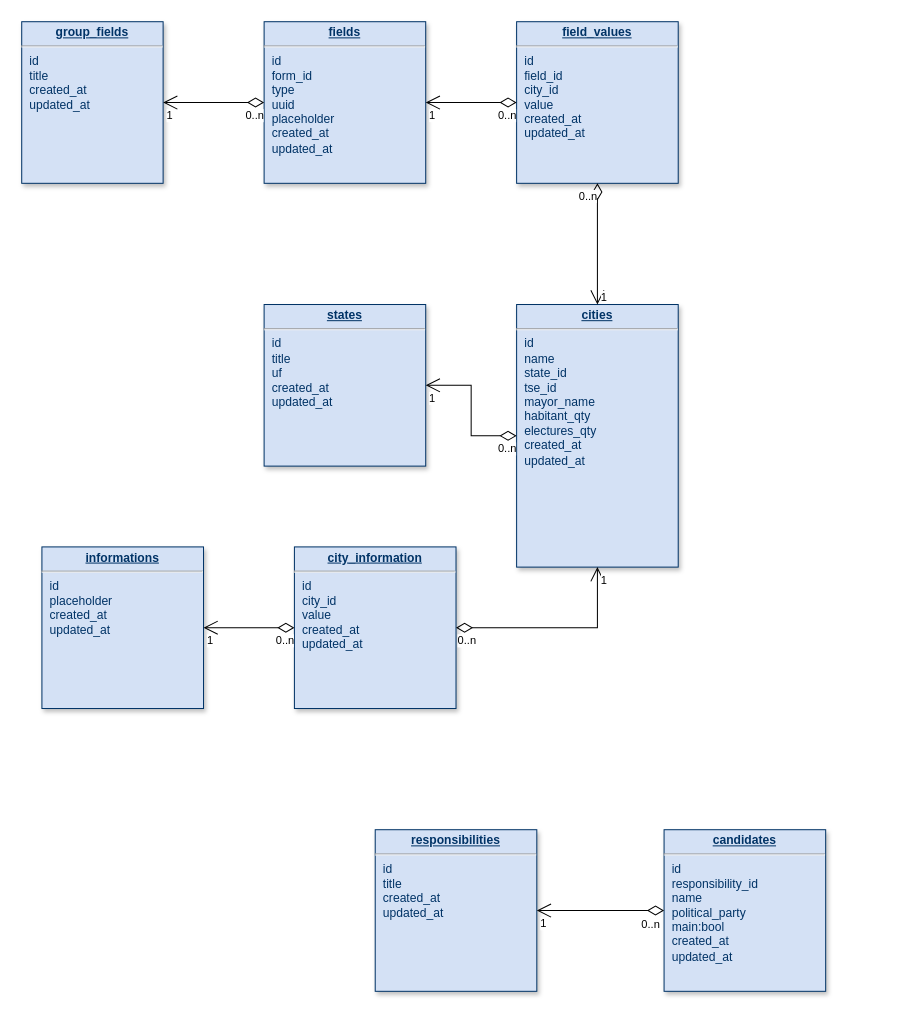
Above: static-assets/mer.drawio in rodolfoneto/mapa-eleitoral (draw.io), before the change. Source tidied: cells renumbered, new cells numbered last; positions are measured from the earlier drawing's top-left corner, leaving out a move shared by most shapes. Both pictures are drawn from the tidied source at 101%, with x=0, y=0 at pixel (21, 21).
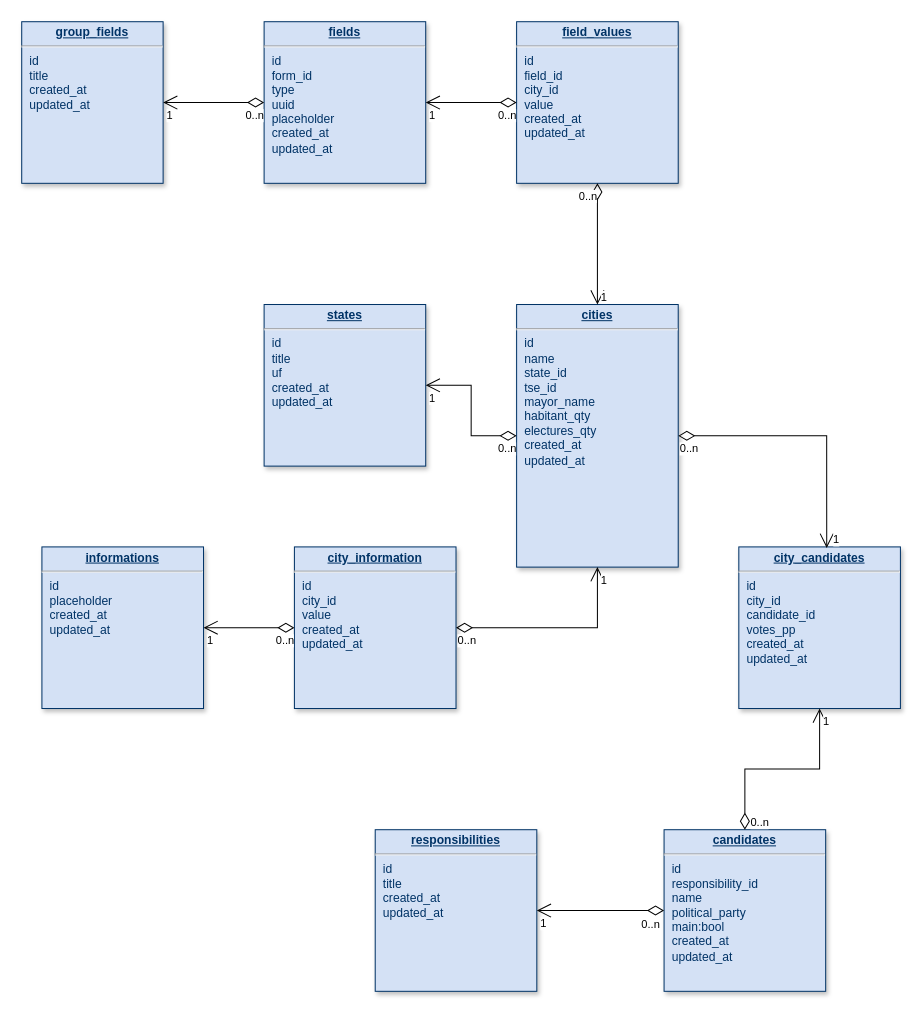
After the change.

Commit message (it also covers changes not shown here):
Adicao de foreing key na table de Candidatos

Unchanged cells that the change refers to:
```xml
<mxCell id="8" value="&lt;p style=&quot;margin: 0px ; margin-top: 4px ; text-align: center ; text-decoration: underline&quot;&gt;&lt;b&gt;cities&lt;/b&gt;&lt;/p&gt;&lt;hr&gt;&lt;p style=&quot;margin: 0px ; margin-left: 8px&quot;&gt;id&lt;/p&gt;&lt;p style=&quot;margin: 0px ; margin-left: 8px&quot;&gt;name&lt;br&gt;&lt;/p&gt;&lt;p style=&quot;margin: 0px ; margin-left: 8px&quot;&gt;state_id&lt;/p&gt;&lt;p style=&quot;margin: 0px ; margin-left: 8px&quot;&gt;tse_id&lt;br&gt;&lt;/p&gt;&lt;p style=&quot;margin: 0px ; margin-left: 8px&quot;&gt;mayor_name&lt;/p&gt;&lt;p style=&quot;margin: 0px ; margin-left: 8px&quot;&gt;habitant_qty&lt;/p&gt;&lt;p style=&quot;margin: 0px ; margin-left: 8px&quot;&gt;electures_qty&lt;/p&gt;&lt;p style=&quot;margin: 0px ; margin-left: 8px&quot;&gt;created_at&lt;/p&gt;&lt;p style=&quot;margin: 0px ; margin-left: 8px&quot;&gt;updated_at&lt;/p&gt;" style="verticalAlign=top;align=left;overflow=fill;fontSize=12;fontFamily=Helvetica;html=1;strokeColor=#003366;shadow=1;fillColor=#D4E1F5;fontColor=#003366;" parent="1" vertex="1">
  <mxGeometry x="490" y="280" width="160" height="260" as="geometry" />
</mxCell>
<mxCell id="28" value="&lt;p style=&quot;margin: 0px ; margin-top: 4px ; text-align: center ; text-decoration: underline&quot;&gt;&lt;b&gt;candidates&lt;/b&gt;&lt;/p&gt;&lt;hr&gt;&lt;p style=&quot;margin: 0px ; margin-left: 8px&quot;&gt;id&lt;/p&gt;&lt;p style=&quot;margin: 0px ; margin-left: 8px&quot;&gt;responsibility_id&lt;br&gt;&lt;/p&gt;&lt;p style=&quot;margin: 0px ; margin-left: 8px&quot;&gt;name&lt;/p&gt;&lt;p style=&quot;margin: 0px ; margin-left: 8px&quot;&gt;political_party&lt;/p&gt;&lt;p style=&quot;margin: 0px ; margin-left: 8px&quot;&gt;main:bool&lt;/p&gt;&lt;p style=&quot;margin: 0px ; margin-left: 8px&quot;&gt;created_at&lt;/p&gt;&lt;p style=&quot;margin: 0px ; margin-left: 8px&quot;&gt;updated_at&lt;/p&gt;" style="verticalAlign=top;align=left;overflow=fill;fontSize=12;fontFamily=Helvetica;html=1;strokeColor=#003366;shadow=1;fillColor=#D4E1F5;fontColor=#003366;" parent="1" vertex="1">
  <mxGeometry x="636" y="800" width="160" height="160" as="geometry" />
</mxCell>
```

What changed in the source:
```diff
@@
+    <mxCell id="33" value="&lt;p style=&quot;margin: 0px ; margin-top: 4px ; text-align: center ; text-decoration: underline&quot;&gt;&lt;b&gt;city_candidates&lt;/b&gt;&lt;/p&gt;&lt;hr&gt;&lt;p style=&quot;margin: 0px ; margin-left: 8px&quot;&gt;id&lt;/p&gt;&lt;p style=&quot;margin: 0px ; margin-left: 8px&quot;&gt;city_id&lt;/p&gt;&lt;p style=&quot;margin: 0px ; margin-left: 8px&quot;&gt;candidate_id&lt;/p&gt;&lt;p style=&quot;margin: 0px ; margin-left: 8px&quot;&gt;votes_pp&lt;/p&gt;&lt;p style=&quot;margin: 0px ; margin-left: 8px&quot;&gt;created_at&lt;/p&gt;&lt;p style=&quot;margin: 0px ; margin-left: 8px&quot;&gt;updated_at&lt;/p&gt;" style="verticalAlign=top;align=left;overflow=fill;fontSize=12;fontFamily=Helvetica;html=1;strokeColor=#003366;shadow=1;fillColor=#D4E1F5;fontColor=#003366;" parent="1" vertex="1">
+      <mxGeometry x="710" y="520" width="160" height="160" as="geometry" />
+    </mxCell>
+    <mxCell id="34" style="endArrow=open;html=1;endSize=12;startArrow=diamondThin;startSize=14;startFill=0;edgeStyle=orthogonalEdgeStyle;rounded=0;entryX=0.5;entryY=1;entryDx=0;entryDy=0;exitX=0.5;exitY=0;exitDx=0;exitDy=0;" parent="1" edge="1" source="28" target="33">
+      <mxGeometry relative="1" as="geometry" />
+    </mxCell>
+    <mxCell id="35" value="0..n" style="edgeLabel;html=1;align=left;verticalAlign=top;" parent="34" vertex="1">
+      <mxGeometry x="-1" relative="1" as="geometry">
+        <mxPoint x="4" y="-20" as="offset" />
+      </mxGeometry>
+    </mxCell>
+    <mxCell id="36" value="1" style="edgeLabel;html=1;align=right;verticalAlign=top;" parent="34" vertex="1">
+      <mxGeometry x="1" relative="1" as="geometry">
+        <mxPoint x="10" as="offset" />
+      </mxGeometry>
+    </mxCell>
+    <mxCell id="37" style="endArrow=open;html=1;endSize=12;startArrow=diamondThin;startSize=14;startFill=0;edgeStyle=orthogonalEdgeStyle;rounded=0;exitX=1;exitY=0.5;exitDx=0;exitDy=0;entryX=0.544;entryY=0.006;entryDx=0;entryDy=0;entryPerimeter=0;" parent="1" edge="1" source="8" target="33">
+      <mxGeometry relative="1" as="geometry" />
+    </mxCell>
+    <mxCell id="38" value="0..n" style="edgeLabel;html=1;align=left;verticalAlign=top;" parent="37" vertex="1">
+      <mxGeometry x="-1" relative="1" as="geometry" />
+    </mxCell>
+    <mxCell id="39" value="1" style="edgeLabel;html=1;align=right;verticalAlign=top;" parent="37" vertex="1">
+      <mxGeometry x="1" relative="1" as="geometry">
+        <mxPoint x="13" y="-21" as="offset" />
+      </mxGeometry>
+    </mxCell>
```
